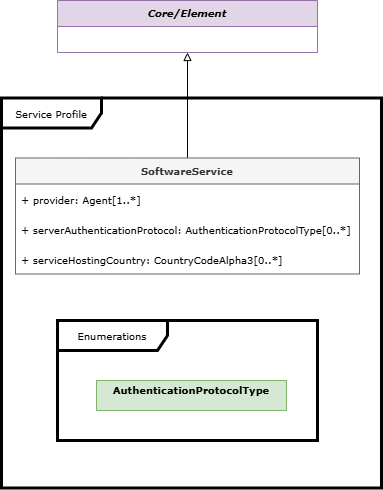
Above: images/model-Service.png in stevenc-stb/spdx-3-model (draw.io), before the change. Source tidied: cells renumbered, new cells last; positions are measured from the earlier drawing's top-left corner, leaving out a move shared by most shapes.
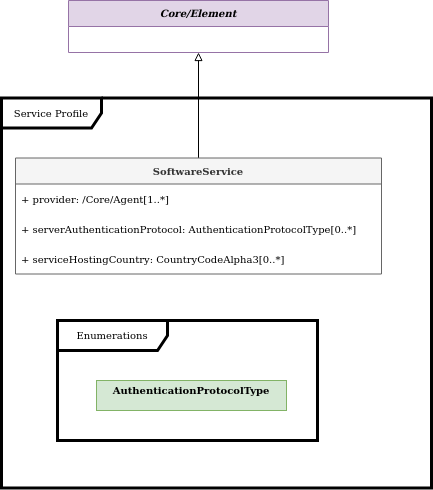
Above is the later version.

What changed in the source:
```diff
@@ -3,25 +3,25 @@
     <mxCell id="0" />
     <mxCell id="1" parent="0" />
     <mxCell id="2" value="Core/Element" style="swimlane;fontStyle=3;horizontal=1;startSize=26;fillColor=#e1d5e7;strokeColor=#9673a6;fontFamily=Verdana;fontSize=10;" parent="1" vertex="1">
-      <mxGeometry x="56" width="260" height="52" as="geometry" />
+      <mxGeometry x="67" width="260" height="52" as="geometry" />
     </mxCell>
     <mxCell id="3" style="endArrow=block;html=1;rounded=0;entryX=0.5;entryY=1;entryDx=0;entryDy=0;exitX=0.5;exitY=0;exitDx=0;exitDy=0;endFill=0;fontFamily=Verdana;fontSize=10;" parent="1" edge="1" source="5" target="2">
       <mxGeometry relative="1" as="geometry" />
     </mxCell>
     <mxCell id="4" value="Service Profile" style="shape=umlFrame;whiteSpace=wrap;html=1;width=100;height=30;strokeWidth=3;fontFamily=Verdana;fontSize=10;" parent="1" vertex="1">
-      <mxGeometry y="97.5" width="380" height="390" as="geometry" />
+      <mxGeometry y="97.5" width="430" height="390" as="geometry" />
     </mxCell>
     <mxCell id="5" value="SoftwareService" style="swimlane;fontStyle=1;horizontal=1;startSize=26;fillColor=#f5f5f5;strokeColor=#666666;fontColor=#333333;fontFamily=Verdana;fontSize=10;" parent="1" vertex="1">
-      <mxGeometry x="14" y="157.5" width="344" height="116" as="geometry" />
+      <mxGeometry x="14" y="157.5" width="366" height="116" as="geometry" />
     </mxCell>
-    <mxCell id="6" value="+ provider: Agent[1..*]" style="text;strokeColor=none;fillColor=none;align=left;verticalAlign=middle;spacingLeft=4;spacingRight=4;overflow=hidden;whiteSpace=wrap;html=1;fontFamily=Verdana;fontSize=10;" parent="5" vertex="1">
-      <mxGeometry y="26" width="344" height="30" as="geometry" />
+    <mxCell id="6" value="+ provider:&amp;nbsp;/Core/Agent[1..*]" style="text;strokeColor=none;fillColor=none;align=left;verticalAlign=middle;spacingLeft=4;spacingRight=4;overflow=hidden;whiteSpace=wrap;html=1;fontFamily=Verdana;fontSize=10;" parent="5" vertex="1">
+      <mxGeometry y="26" width="366" height="30" as="geometry" />
     </mxCell>
     <mxCell id="7" value="+ serverAuthenticationProtocol:&amp;nbsp;AuthenticationProtocolType[0..*]" style="text;strokeColor=none;fillColor=none;align=left;verticalAlign=middle;spacingLeft=4;spacingRight=4;overflow=hidden;whiteSpace=wrap;html=1;fontFamily=Verdana;fontSize=10;" parent="5" vertex="1">
-      <mxGeometry y="56" width="344" height="30" as="geometry" />
+      <mxGeometry y="56" width="366" height="30" as="geometry" />
     </mxCell>
     <mxCell id="8" value="+ serviceHostingCountry: CountryCodeAlpha3[0..*]" style="text;strokeColor=none;fillColor=none;align=left;verticalAlign=middle;spacingLeft=4;spacingRight=4;overflow=hidden;whiteSpace=wrap;html=1;fontFamily=Verdana;fontSize=10;" parent="5" vertex="1">
-      <mxGeometry y="86" width="344" height="30" as="geometry" />
+      <mxGeometry y="86" width="366" height="30" as="geometry" />
     </mxCell>
     <mxCell id="9" value="Enumerations" style="shape=umlFrame;whiteSpace=wrap;html=1;width=110;height=30;strokeWidth=3;fontFamily=Verdana;fontSize=10;fontStyle=0;" parent="1" vertex="1">
       <mxGeometry x="56" y="320" width="260" height="120" as="geometry" />
```
